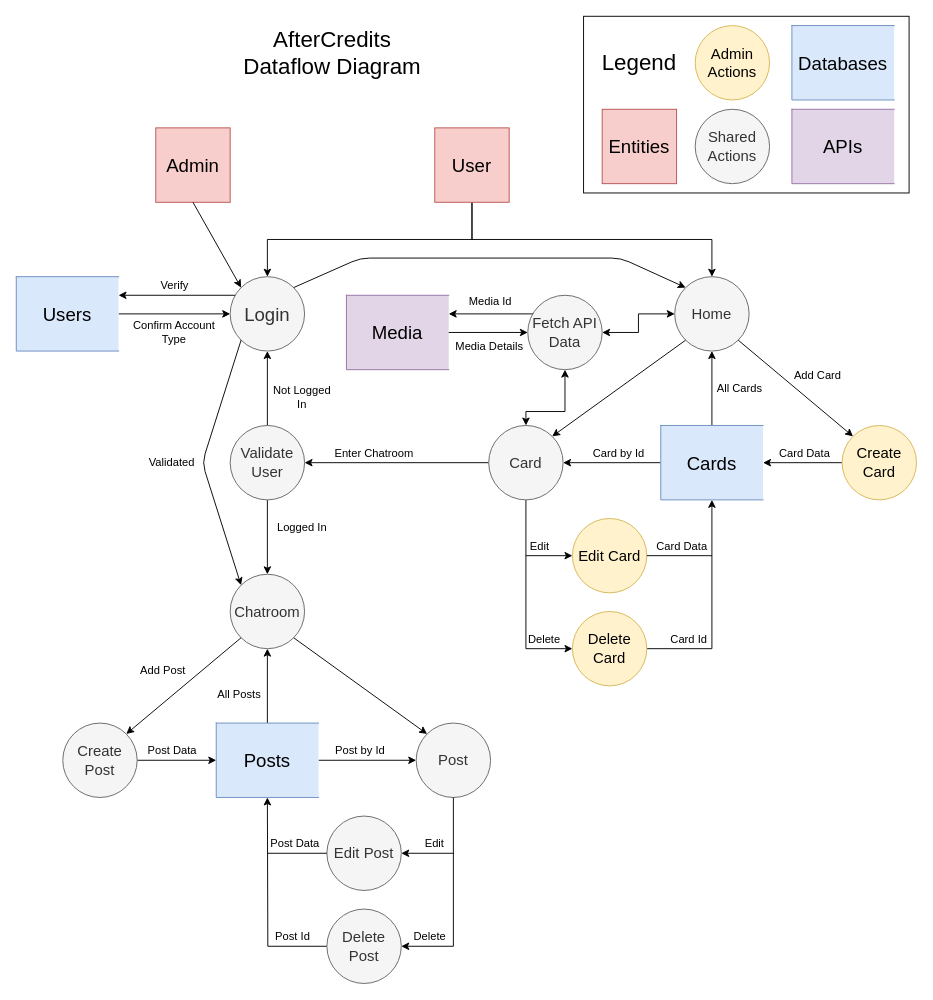
The draw.io diagram docs/DataflowDiagramT3A2-A.drawio in Ellezique/Full-Stack-App-PART-A, before the edit. Source tidied: cells renumbered, new cells numbered last; positions are measured from the earlier drawing's top-left corner, leaving out a move shared by most shapes. Both pictures are drawn from the tidied source at 93%, with x=0, y=0 at pixel (16, 16).
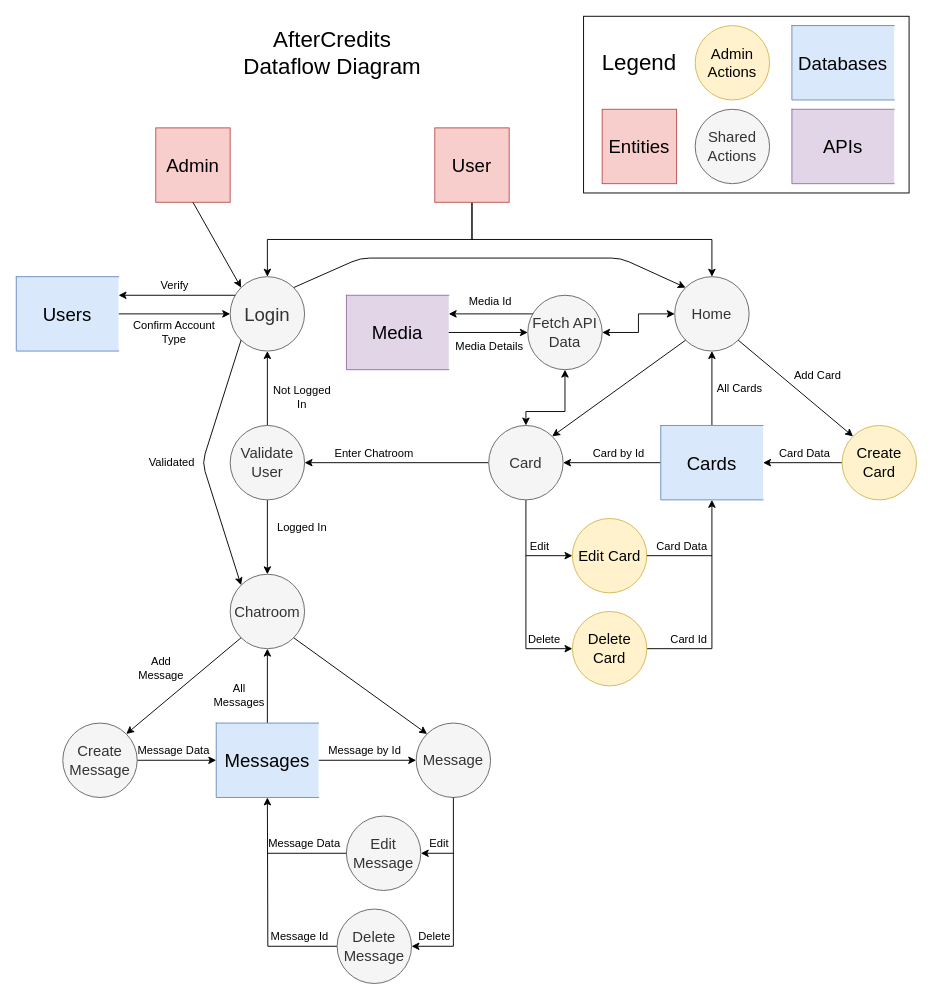
Above is the later version.

Commit message (it also covers changes not shown here):
Adjusted naming on App Arch and Dataflow Diagram from posts to messages

Diff of the diagram source:
```diff
@@
-    <mxCell id="16" value="&lt;font style=&quot;font-size: 16px&quot;&gt;Post&lt;/font&gt;" style="ellipse;whiteSpace=wrap;html=1;fillColor=#f5f5f5;strokeColor=#666666;fontColor=#333333;" parent="1" vertex="1">
+    <mxCell id="16" value="&lt;font style=&quot;font-size: 16px&quot;&gt;Message&lt;/font&gt;" style="ellipse;whiteSpace=wrap;html=1;fillColor=#f5f5f5;strokeColor=#666666;fontColor=#333333;" parent="1" vertex="1">
       <mxGeometry x="430" y="760" width="80" height="80" as="geometry" />
     </mxCell>
@@
-    <mxCell id="19" value="&lt;font style=&quot;font-size: 20px&quot;&gt;Posts&lt;br&gt;&lt;/font&gt;" style="shape=partialRectangle;whiteSpace=wrap;html=1;bottom=1;right=0;left=1;top=1;fillColor=#dae8fc;perimeterSpacing=0;strokeColor=#6c8ebf;" parent="1" vertex="1">
+    <mxCell id="19" value="&lt;font style=&quot;font-size: 20px&quot;&gt;Messages&lt;br&gt;&lt;/font&gt;" style="shape=partialRectangle;whiteSpace=wrap;html=1;bottom=1;right=0;left=1;top=1;fillColor=#dae8fc;perimeterSpacing=0;strokeColor=#6c8ebf;" parent="1" vertex="1">
       <mxGeometry x="215" y="760" width="110" height="80" as="geometry" />
     </mxCell>
-    <mxCell id="20" value="Post Data" style="text;html=1;strokeColor=none;fillColor=none;align=center;verticalAlign=middle;whiteSpace=wrap;rounded=0;" parent="1" vertex="1">
-      <mxGeometry x="137.5" y="780" width="60" height="20" as="geometry" />
+    <mxCell id="20" value="Message Data" style="text;html=1;strokeColor=none;fillColor=none;align=center;verticalAlign=middle;whiteSpace=wrap;rounded=0;" parent="1" vertex="1">
+      <mxGeometry x="127.5" y="780" width="82.5" height="20" as="geometry" />
     </mxCell>
@@
-    <mxCell id="23" value="&lt;font style=&quot;font-size: 16px&quot;&gt;Create Post&lt;/font&gt;" style="ellipse;whiteSpace=wrap;html=1;fillColor=#f5f5f5;strokeColor=#666666;fontColor=#333333;" parent="1" vertex="1">
+    <mxCell id="23" value="&lt;font style=&quot;font-size: 16px&quot;&gt;Create Message&lt;/font&gt;" style="ellipse;whiteSpace=wrap;html=1;fillColor=#f5f5f5;strokeColor=#666666;fontColor=#333333;" parent="1" vertex="1">
       <mxGeometry x="50" y="760" width="80" height="80" as="geometry" />
     </mxCell>
-    <mxCell id="24" value="&lt;font style=&quot;font-size: 16px&quot;&gt;Edit Post&lt;/font&gt;" style="ellipse;whiteSpace=wrap;html=1;fillColor=#f5f5f5;strokeColor=#666666;fontColor=#333333;" parent="1" vertex="1">
-      <mxGeometry x="334" y="860" width="80" height="80" as="geometry" />
+    <mxCell id="24" value="&lt;font style=&quot;font-size: 16px&quot;&gt;Edit Message&lt;/font&gt;" style="ellipse;whiteSpace=wrap;html=1;fillColor=#f5f5f5;strokeColor=#666666;fontColor=#333333;" parent="1" vertex="1">
+      <mxGeometry x="355" y="860" width="80" height="80" as="geometry" />
     </mxCell>
@@
-    <mxCell id="26" value="&lt;font style=&quot;font-size: 16px&quot;&gt;Delete Post&lt;/font&gt;" style="ellipse;whiteSpace=wrap;html=1;fillColor=#f5f5f5;strokeColor=#666666;fontColor=#333333;" parent="1" vertex="1">
-      <mxGeometry x="334" y="960" width="80" height="80" as="geometry" />
+    <mxCell id="26" value="&lt;font style=&quot;font-size: 16px&quot;&gt;Delete Message&lt;/font&gt;" style="ellipse;whiteSpace=wrap;html=1;fillColor=#f5f5f5;strokeColor=#666666;fontColor=#333333;" parent="1" vertex="1">
+      <mxGeometry x="345" y="960" width="80" height="80" as="geometry" />
     </mxCell>
-    <mxCell id="27" value="Post by Id" style="text;html=1;strokeColor=none;fillColor=none;align=center;verticalAlign=middle;whiteSpace=wrap;rounded=0;" parent="1" vertex="1">
-      <mxGeometry x="340" y="780" width="60" height="20" as="geometry" />
+    <mxCell id="27" value="Message by Id" style="text;html=1;strokeColor=none;fillColor=none;align=center;verticalAlign=middle;whiteSpace=wrap;rounded=0;" parent="1" vertex="1">
+      <mxGeometry x="330" y="780" width="90" height="20" as="geometry" />
     </mxCell>
-    <mxCell id="28" value="All Posts" style="text;html=1;strokeColor=none;fillColor=none;align=center;verticalAlign=middle;whiteSpace=wrap;rounded=0;" parent="1" vertex="1">
+    <mxCell id="28" value="All Messages" style="text;html=1;strokeColor=none;fillColor=none;align=center;verticalAlign=middle;whiteSpace=wrap;rounded=0;" parent="1" vertex="1">
       <mxGeometry x="210" y="720" width="60" height="20" as="geometry" />
     </mxCell>
     <mxCell id="29" value="Edit" style="text;html=1;strokeColor=none;fillColor=none;align=center;verticalAlign=middle;whiteSpace=wrap;rounded=0;" parent="1" vertex="1">
-      <mxGeometry x="435" y="880" width="30" height="20" as="geometry" />
+      <mxGeometry x="440" y="880" width="30" height="20" as="geometry" />
     </mxCell>
-    <mxCell id="30" value="Add Post" style="text;html=1;strokeColor=none;fillColor=none;align=center;verticalAlign=middle;whiteSpace=wrap;rounded=0;" parent="1" vertex="1">
-      <mxGeometry x="128" y="694" width="60" height="20" as="geometry" />
+    <mxCell id="30" value="Add Message" style="text;html=1;strokeColor=none;fillColor=none;align=center;verticalAlign=middle;whiteSpace=wrap;rounded=0;" parent="1" vertex="1">
+      <mxGeometry x="126" y="691" width="60" height="20" as="geometry" />
     </mxCell>
@@
     <mxCell id="61" value="Delete" style="text;html=1;strokeColor=none;fillColor=none;align=center;verticalAlign=middle;whiteSpace=wrap;rounded=0;" parent="1" vertex="1">
-      <mxGeometry x="425" y="980" width="40" height="20" as="geometry" />
+      <mxGeometry x="430" y="980" width="40" height="20" as="geometry" />
     </mxCell>
@@
-    <mxCell id="63" value="Post Id" style="text;html=1;strokeColor=none;fillColor=none;align=center;verticalAlign=middle;whiteSpace=wrap;rounded=0;" parent="1" vertex="1">
-      <mxGeometry x="275" y="980" width="45" height="20" as="geometry" />
+    <mxCell id="63" value="Message Id" style="text;html=1;strokeColor=none;fillColor=none;align=center;verticalAlign=middle;whiteSpace=wrap;rounded=0;" parent="1" vertex="1">
+      <mxGeometry x="270" y="980" width="70" height="20" as="geometry" />
     </mxCell>
@@
-    <mxCell id="65" value="Post Data" style="text;html=1;strokeColor=none;fillColor=none;align=center;verticalAlign=middle;whiteSpace=wrap;rounded=0;" parent="1" vertex="1">
-      <mxGeometry x="270" y="880" width="60" height="20" as="geometry" />
+    <mxCell id="65" value="Message Data" style="text;html=1;strokeColor=none;fillColor=none;align=center;verticalAlign=middle;whiteSpace=wrap;rounded=0;" parent="1" vertex="1">
+      <mxGeometry x="270" y="880" width="80" height="20" as="geometry" />
     </mxCell>
```
